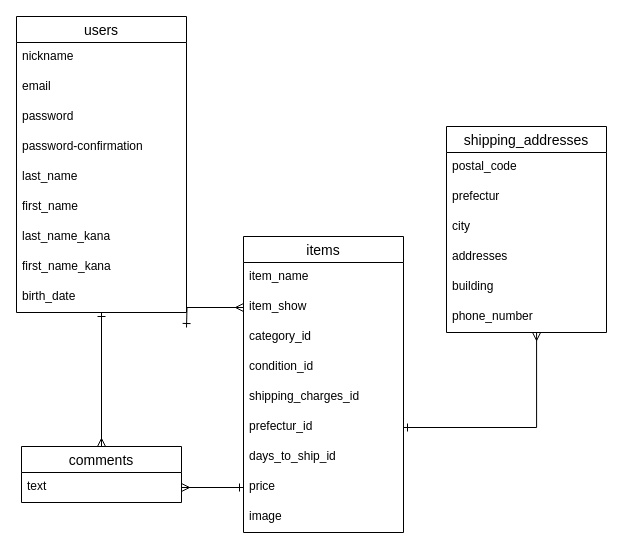
Earlier version of the draw.io diagram frima.dio (SinCSK/furima-36382). Source tidied: cells renumbered, new cells numbered last; positions are measured from the earlier drawing's top-left corner, leaving out a move shared by most shapes. Both pictures are drawn from the tidied source at 100%, with x=0, y=0 at pixel (16, 16).
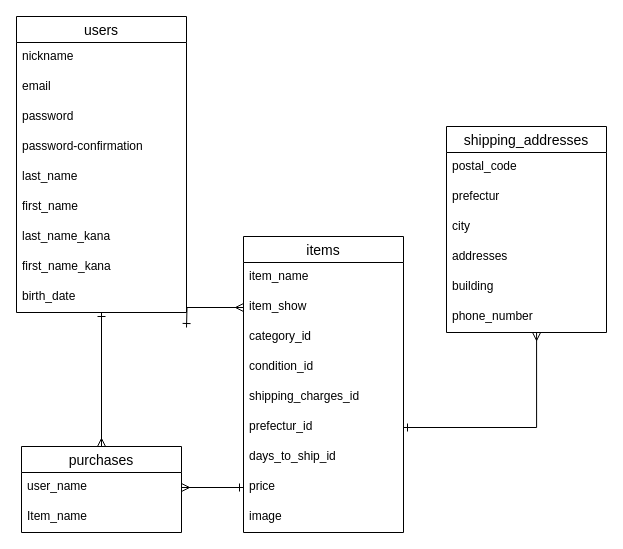
The same diagram, later.

Change to the diagram source:
```diff
@@
-    <mxCell id="31" value="comments" style="swimlane;fontStyle=0;horizontal=1;startSize=26;align=center;fontSize=14;" parent="1" vertex="1">
-      <mxGeometry x="5" y="430" width="160" height="56" as="geometry" />
+    <mxCell id="31" value="purchases" style="swimlane;fontStyle=0;horizontal=1;startSize=26;align=center;fontSize=14;" parent="1" vertex="1">
+      <mxGeometry x="5" y="430" width="160" height="86" as="geometry" />
     </mxCell>
-    <mxCell id="32" value="text" style="text;strokeColor=none;fillColor=none;spacingLeft=4;spacingRight=4;overflow=hidden;points=[[0,0.5],[1,0.5]];portConstraint=eastwest;fontSize=12;" parent="31" vertex="1">
+    <mxCell id="32" value="user_name" style="text;strokeColor=none;fillColor=none;spacingLeft=4;spacingRight=4;overflow=hidden;points=[[0,0.5],[1,0.5]];portConstraint=eastwest;fontSize=12;" parent="31" vertex="1">
       <mxGeometry y="26" width="160" height="30" as="geometry" />
     </mxCell>
+    <mxCell id="36" value="Item_name" style="text;strokeColor=none;fillColor=none;spacingLeft=4;spacingRight=4;overflow=hidden;fontSize=12;" parent="31" vertex="1">
+      <mxGeometry y="56" width="160" height="30" as="geometry" />
+    </mxCell>
```
